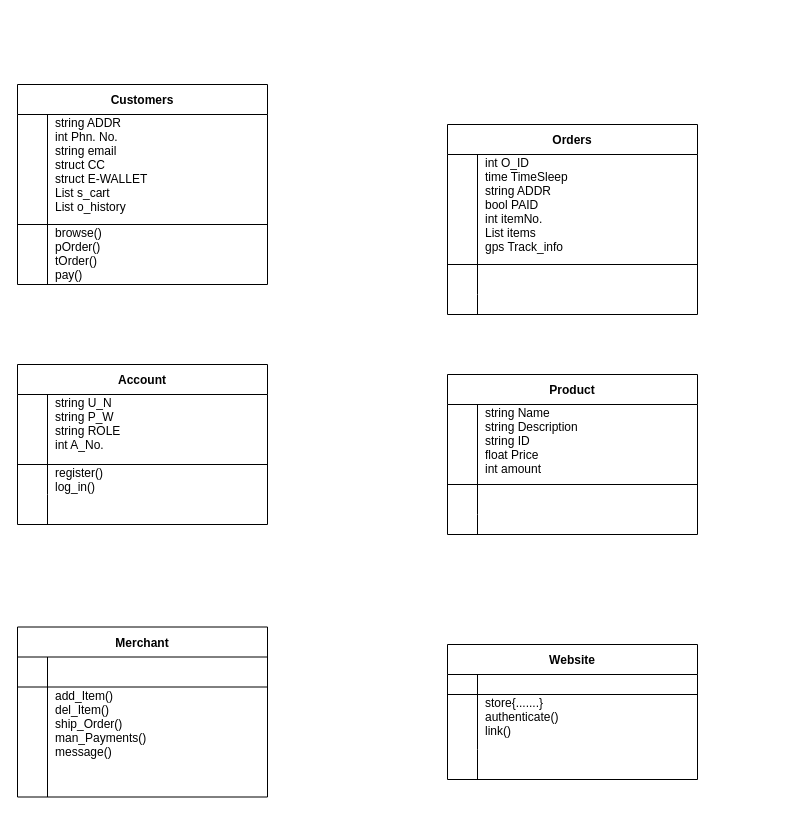
This is Untitled Diagram.drawio from TasukoEX/Software_Req_Diagram, a draw.io file, before an edit. Source tidied: cells renumbered, new cells numbered last; positions are measured from the earlier drawing's top-left corner, leaving out a move shared by most shapes. Both pictures are drawn from the tidied source at 100%, with x=0, y=0 at pixel (17, 84).
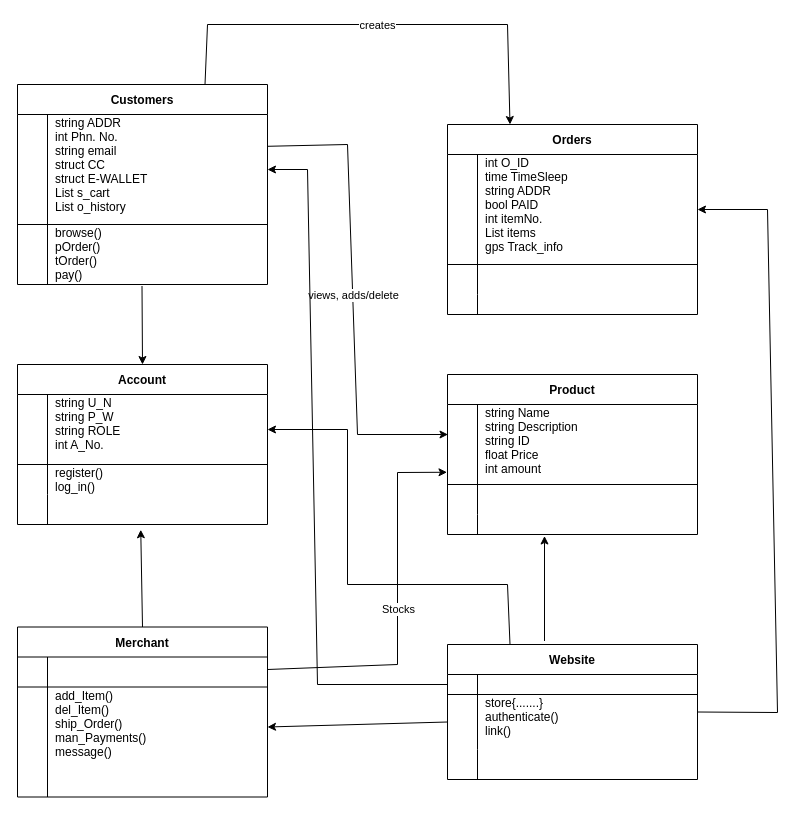
The same diagram, later.

The change refers to these unchanged cells:
```xml
<mxCell id="2" value="Orders" style="shape=table;startSize=30;childLayout=tableLayout;rowLines=0;fontStyle=1;align=center;" parent="1" vertex="1">
  <mxGeometry x="430" y="40" width="250" height="190" as="geometry" />
</mxCell>
<mxCell id="3" style="shape=partialRectangle;fillColor=none;points=[[0,0.5],[1,0.5]];portConstraint=eastwest;top=0;left=0;right=0;bottom=1;" parent="2" vertex="1">
  <mxGeometry y="30" width="250" height="110" as="geometry" />
</mxCell>
<mxCell id="13" style="shape=partialRectangle;fillColor=none;points=[[0,0.5],[1,0.5]];portConstraint=eastwest;top=0;left=0;right=0;bottom=1;" parent="12" vertex="1">
  <mxGeometry y="30" width="250" height="80" as="geometry" />
</mxCell>
<mxCell id="19" style="shape=partialRectangle;fillColor=none;points=[[0,0.5],[1,0.5]];portConstraint=eastwest;top=0;left=0;right=0;bottom=0;" parent="12" vertex="1">
  <mxGeometry y="140" width="250" height="20" as="geometry" />
</mxCell>
<mxCell id="22" value="Customers" style="shape=table;startSize=30;childLayout=tableLayout;rowLines=0;fontStyle=1;align=center;" parent="1" vertex="1">
  <mxGeometry width="250" height="200" as="geometry" />
</mxCell>
<mxCell id="23" style="shape=partialRectangle;fillColor=none;points=[[0,0.5],[1,0.5]];portConstraint=eastwest;top=0;left=0;right=0;bottom=1;" parent="22" vertex="1">
  <mxGeometry y="30" width="250" height="110" as="geometry" />
</mxCell>
<mxCell id="26" style="shape=partialRectangle;fillColor=none;points=[[0,0.5],[1,0.5]];portConstraint=eastwest;top=0;left=0;right=0;bottom=0;" parent="22" vertex="1">
  <mxGeometry y="140" width="250" height="60" as="geometry" />
</mxCell>
<mxCell id="29" value="Account" style="shape=table;startSize=30;childLayout=tableLayout;rowLines=0;fontStyle=1;align=center;" parent="1" vertex="1">
  <mxGeometry y="280" width="250" height="160" as="geometry" />
</mxCell>
<mxCell id="30" style="shape=partialRectangle;fillColor=none;points=[[0,0.5],[1,0.5]];portConstraint=eastwest;top=0;left=0;right=0;bottom=1;" parent="29" vertex="1">
  <mxGeometry y="30" width="250" height="70" as="geometry" />
</mxCell>
<mxCell id="36" style="shape=partialRectangle;fillColor=none;points=[[0,0.5],[1,0.5]];portConstraint=eastwest;top=0;left=0;right=0;bottom=0;" parent="29" vertex="1">
  <mxGeometry y="130" width="250" height="30" as="geometry" />
</mxCell>
<mxCell id="39" value="Website" style="shape=table;startSize=30;childLayout=tableLayout;rowLines=0;fontStyle=1;align=center;" parent="1" vertex="1">
  <mxGeometry x="430" y="560" width="250" height="135" as="geometry" />
</mxCell>
<mxCell id="40" style="shape=partialRectangle;fillColor=none;points=[[0,0.5],[1,0.5]];portConstraint=eastwest;top=0;left=0;right=0;bottom=1;" parent="39" vertex="1">
  <mxGeometry y="30" width="250" height="20" as="geometry" />
</mxCell>
<mxCell id="43" style="shape=partialRectangle;fillColor=none;points=[[0,0.5],[1,0.5]];portConstraint=eastwest;top=0;left=0;right=0;bottom=0;" parent="39" vertex="1">
  <mxGeometry y="50" width="250" height="55" as="geometry" />
</mxCell>
<mxCell id="49" value="Merchant" style="shape=table;startSize=30;childLayout=tableLayout;rowLines=0;fontStyle=1;align=center;" parent="1" vertex="1">
  <mxGeometry y="542.5" width="250" height="170" as="geometry" />
</mxCell>
<mxCell id="53" style="shape=partialRectangle;fillColor=none;points=[[0,0.5],[1,0.5]];portConstraint=eastwest;top=0;left=0;right=0;bottom=0;" parent="49" vertex="1">
  <mxGeometry y="60" width="250" height="80" as="geometry" />
</mxCell>
```

The edit, as a diff of the source:
```diff
@@
+    <mxCell id="59" style="endArrow=classic;html=1;rounded=0;exitX=0.75;exitY=0;exitDx=0;exitDy=0;entryX=0.25;entryY=0;entryDx=0;entryDy=0;" parent="1" edge="1" source="22" target="2">
+      <mxGeometry relative="1" as="geometry">
+        <Array as="points">
+          <mxPoint x="190" y="-60" />
+          <mxPoint x="490" y="-60" />
+        </Array>
+      </mxGeometry>
+    </mxCell>
+    <mxCell id="60" value="&lt;div&gt;creates&lt;/div&gt;" style="edgeLabel;html=1;align=center;verticalAlign=middle;" parent="59" vertex="1">
+      <mxGeometry relative="1" as="geometry" />
+    </mxCell>
+    <mxCell id="61" style="endArrow=classic;html=1;rounded=0;exitX=1.002;exitY=0.289;exitDx=0;exitDy=0;exitPerimeter=0;entryX=0.002;entryY=0.375;entryDx=0;entryDy=0;entryPerimeter=0;" parent="1" edge="1" source="23" target="13">
+      <mxGeometry relative="1" as="geometry">
+        <Array as="points">
+          <mxPoint x="330" y="60" />
+          <mxPoint x="340" y="350" />
+        </Array>
+      </mxGeometry>
+    </mxCell>
+    <mxCell id="62" value="views, adds/delete" style="edgeLabel;html=1;align=center;verticalAlign=middle;" parent="61" vertex="1">
+      <mxGeometry relative="1" as="geometry" />
+    </mxCell>
+    <mxCell id="63" style="endArrow=classic;html=1;rounded=0;exitX=1;exitY=0.5;exitDx=0;exitDy=0;entryX=1;entryY=0.5;entryDx=0;entryDy=0;" parent="1" edge="1" source="39" target="3">
+      <mxGeometry relative="1" as="geometry">
+        <Array as="points">
+          <mxPoint x="760" y="628" />
+          <mxPoint x="750" y="125" />
+        </Array>
+      </mxGeometry>
+    </mxCell>
+    <mxCell id="64" style="endArrow=classic;html=1;rounded=0;entryX=0.388;entryY=1.075;entryDx=0;entryDy=0;entryPerimeter=0;exitX=0.388;exitY=-0.026;exitDx=0;exitDy=0;exitPerimeter=0;" parent="1" edge="1" source="39" target="19">
+      <mxGeometry relative="1" as="geometry" />
+    </mxCell>
+    <mxCell id="65" style="endArrow=classic;html=1;rounded=0;entryX=1;entryY=0.5;entryDx=0;entryDy=0;exitX=0;exitY=0.5;exitDx=0;exitDy=0;" parent="1" edge="1" source="43" target="53">
+      <mxGeometry relative="1" as="geometry" />
+    </mxCell>
+    <mxCell id="66" style="endArrow=classic;html=1;rounded=0;exitX=0.25;exitY=0;exitDx=0;exitDy=0;entryX=1;entryY=0.5;entryDx=0;entryDy=0;" parent="1" edge="1" source="39" target="30">
+      <mxGeometry relative="1" as="geometry">
+        <Array as="points">
+          <mxPoint x="490" y="500" />
+          <mxPoint x="330" y="500" />
+          <mxPoint x="330" y="345" />
+        </Array>
+      </mxGeometry>
+    </mxCell>
+    <mxCell id="67" style="endArrow=classic;html=1;rounded=0;exitX=0;exitY=0.5;exitDx=0;exitDy=0;entryX=1;entryY=0.5;entryDx=0;entryDy=0;" parent="1" edge="1" source="40" target="23">
+      <mxGeometry relative="1" as="geometry">
+        <Array as="points">
+          <mxPoint x="300" y="600" />
+          <mxPoint x="290" y="85" />
+        </Array>
+      </mxGeometry>
+    </mxCell>
+    <mxCell id="68" style="endArrow=classic;html=1;rounded=0;exitX=1;exitY=0.25;exitDx=0;exitDy=0;entryX=-0.002;entryY=0.847;entryDx=0;entryDy=0;entryPerimeter=0;" parent="1" edge="1" source="49" target="13">
+      <mxGeometry relative="1" as="geometry">
+        <Array as="points">
+          <mxPoint x="380" y="580" />
+          <mxPoint x="380" y="388" />
+        </Array>
+      </mxGeometry>
+    </mxCell>
+    <mxCell id="69" value="&lt;div&gt;Stocks&lt;/div&gt;" style="edgeLabel;html=1;align=center;verticalAlign=middle;" parent="68" vertex="1">
+      <mxGeometry relative="1" as="geometry" />
+    </mxCell>
+    <mxCell id="70" style="endArrow=classic;html=1;rounded=0;exitX=0.5;exitY=0;exitDx=0;exitDy=0;entryX=0.493;entryY=1.175;entryDx=0;entryDy=0;entryPerimeter=0;" parent="1" edge="1" source="49" target="36">
+      <mxGeometry relative="1" as="geometry" />
+    </mxCell>
+    <mxCell id="71" style="endArrow=classic;html=1;rounded=0;exitX=0.498;exitY=1.025;exitDx=0;exitDy=0;exitPerimeter=0;entryX=0.5;entryY=0;entryDx=0;entryDy=0;" parent="1" edge="1" source="26" target="29">
+      <mxGeometry relative="1" as="geometry" />
+    </mxCell>
```
